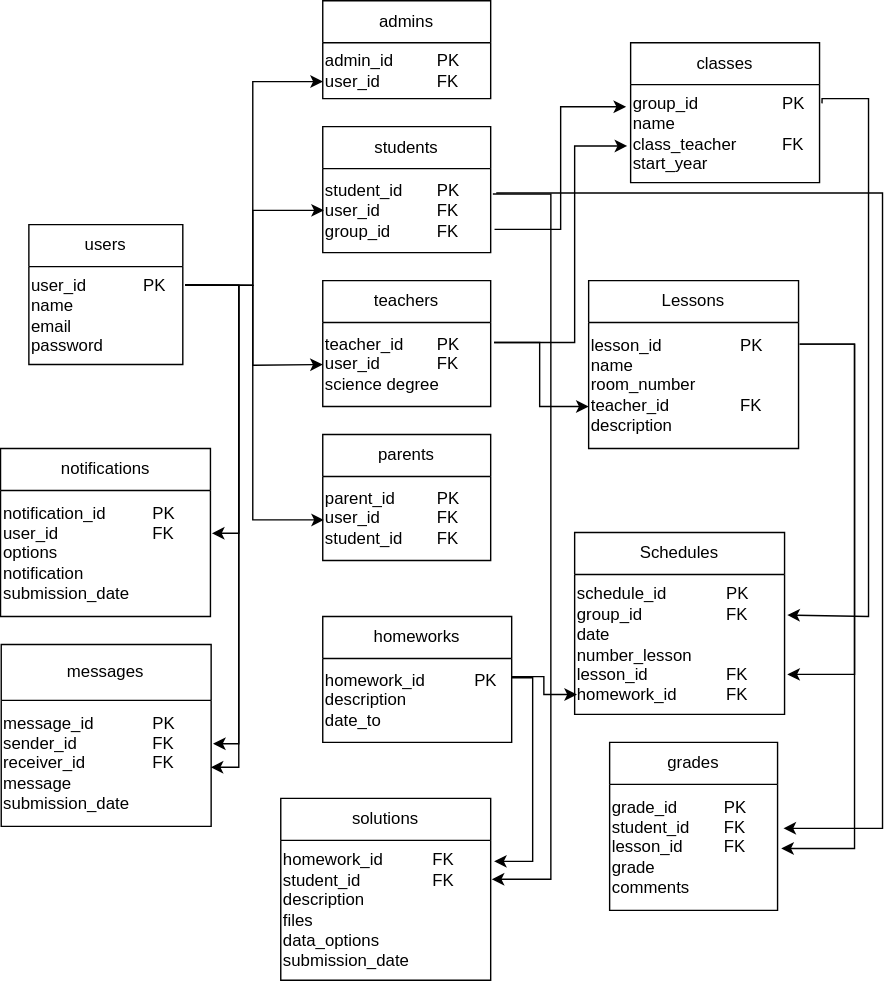
Above: mysql/er-діаграма.svg in djkey/online-diary (draw.io), before the change. Source tidied: cells renumbered, new cells last; positions are measured from the earlier drawing's top-left corner, leaving out a move shared by most shapes.
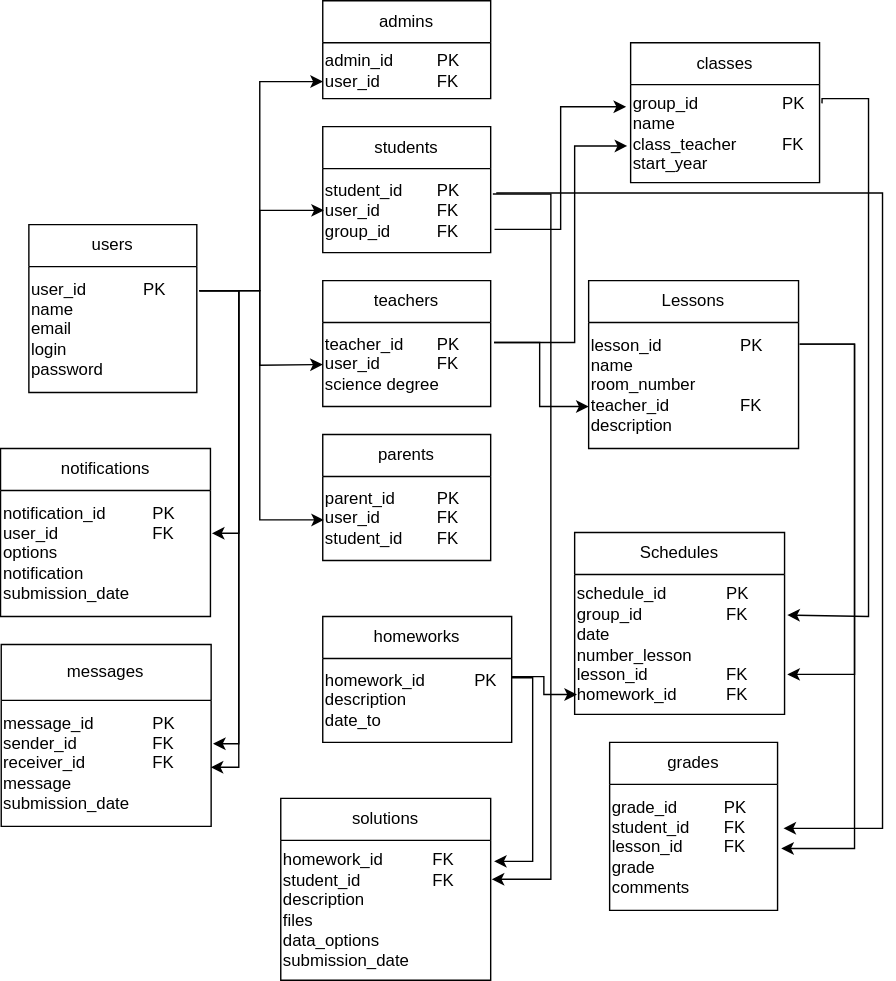
The same diagram one commit later.

Commit message:
[db] add login to users

Change to the diagram source:
```diff
@@ -3,10 +3,10 @@
     <mxCell id="0" />
     <mxCell id="1" parent="0" />
     <mxCell id="2" value="users" style="rounded=0;whiteSpace=wrap;html=1;shape=swimlane;fontStyle=0;startSize=30;horizontal=1;" parent="1" vertex="1">
-      <mxGeometry x="20" y="160" width="110" height="100" as="geometry" />
+      <mxGeometry x="20" y="160" width="120" height="120" as="geometry" />
     </mxCell>
-    <mxCell id="3" value="&lt;span style=&quot;background-color: initial;&quot;&gt;user_id&lt;span style=&quot;white-space: pre;&quot;&gt;&#9;&lt;/span&gt;&lt;span style=&quot;white-space: pre;&quot;&gt;&#9;&lt;/span&gt;PK&lt;/span&gt;&lt;br&gt;&lt;span style=&quot;background-color: initial;&quot;&gt;name&lt;/span&gt;&lt;br&gt;&lt;span style=&quot;background-color: initial;&quot;&gt;email&lt;/span&gt;&lt;br&gt;&lt;span style=&quot;background-color: initial;&quot;&gt;password&lt;/span&gt;" style="text;html=1;align=left;verticalAlign=middle;points=[];strokeColor=none;fillColor=none;" parent="2" vertex="1">
-      <mxGeometry y="30" width="110" height="70" as="geometry" />
+    <mxCell id="3" value="&lt;span style=&quot;background-color: initial;&quot;&gt;user_id&lt;span style=&quot;white-space: pre;&quot;&gt;&#9;&lt;/span&gt;&lt;span style=&quot;white-space: pre;&quot;&gt;&#9;&lt;/span&gt;PK&lt;/span&gt;&lt;br&gt;&lt;span style=&quot;background-color: initial;&quot;&gt;name&lt;/span&gt;&lt;br&gt;&lt;span style=&quot;background-color: initial;&quot;&gt;email&lt;/span&gt;&lt;br&gt;&lt;span style=&quot;background-color: initial;&quot;&gt;login&lt;br&gt;&lt;/span&gt;&lt;div&gt;&lt;span style=&quot;background-color: initial;&quot;&gt;password&lt;/span&gt;&lt;/div&gt;" style="text;html=1;align=left;verticalAlign=middle;points=[];strokeColor=none;fillColor=none;" parent="2" vertex="1">
+      <mxGeometry y="30" width="120" height="90" as="geometry" />
     </mxCell>
     <mxCell id="4" value="teachers" style="rounded=0;whiteSpace=wrap;html=1;shape=swimlane;fontStyle=0;startSize=30;horizontal=1;" parent="1" vertex="1">
       <mxGeometry x="230" y="200" width="120" height="90" as="geometry" />
@@ -132,7 +132,7 @@
     <mxCell id="35" style="edgeStyle=orthogonalEdgeStyle;rounded=0;jettySize=auto;html=1;exitX=1.015;exitY=0.191;exitDx=0;exitDy=0;entryX=1.007;entryY=0.34;entryDx=0;entryDy=0;entryPerimeter=0;exitPerimeter=0;" parent="1" edge="1" source="3" target="32">
       <mxGeometry relative="1" as="geometry">
         <Array as="points">
-          <mxPoint x="170" y="203" />
+          <mxPoint x="170" y="207" />
           <mxPoint x="170" y="381" />
         </Array>
       </mxGeometry>
@@ -140,7 +140,7 @@
     <mxCell id="36" style="edgeStyle=orthogonalEdgeStyle;rounded=0;jettySize=auto;html=1;exitX=1.015;exitY=0.191;exitDx=0;exitDy=0;entryX=1.009;entryY=0.344;entryDx=0;entryDy=0;entryPerimeter=0;exitPerimeter=0;" parent="1" edge="1" source="3" target="34">
       <mxGeometry relative="1" as="geometry">
         <Array as="points">
-          <mxPoint x="170" y="203" />
+          <mxPoint x="170" y="207" />
           <mxPoint x="170" y="531" />
         </Array>
       </mxGeometry>
@@ -148,7 +148,7 @@
     <mxCell id="37" style="edgeStyle=orthogonalEdgeStyle;rounded=0;jettySize=auto;html=1;exitX=1.015;exitY=0.191;exitDx=0;exitDy=0;entryX=0.998;entryY=0.531;entryDx=0;entryDy=0;entryPerimeter=0;exitPerimeter=0;" parent="1" edge="1" source="3" target="34">
       <mxGeometry relative="1" as="geometry">
         <Array as="points">
-          <mxPoint x="170" y="203" />
+          <mxPoint x="170" y="207" />
           <mxPoint x="170" y="548" />
         </Array>
       </mxGeometry>
```
